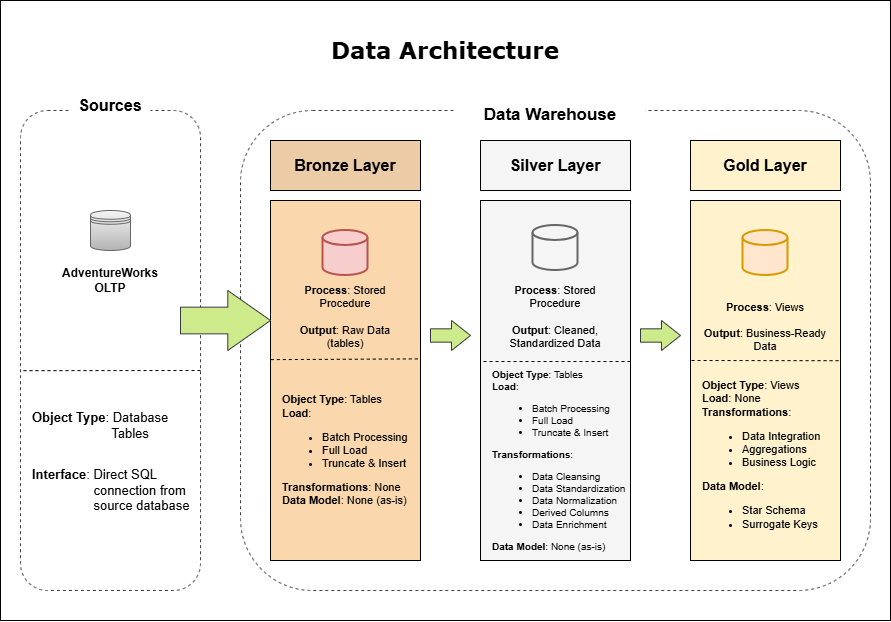
This is docs/data_architecture.png from MarcianoSalazar/sql-data-warehouse-adventureworks, a draw.io export, as it was before one commit. Source tidied: cells renumbered, new cells last; positions are measured from the earlier drawing's top-left corner, leaving out a move shared by most shapes.
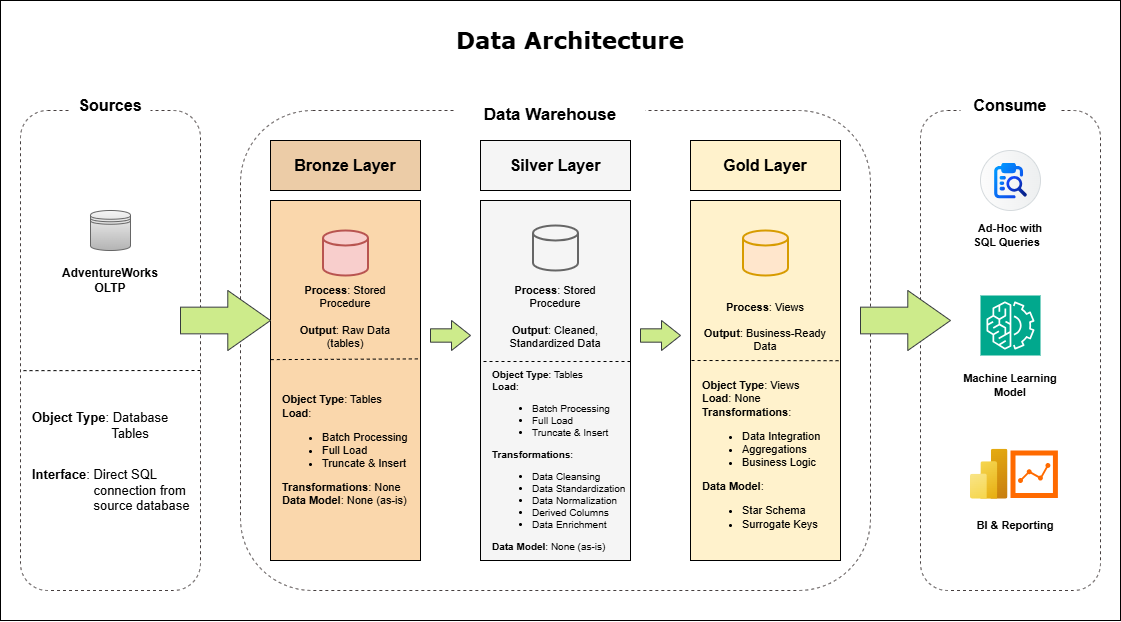
Later version of the same file.

The edit, as a diff of the source:
```diff
@@ -3,7 +3,7 @@
     <mxCell id="0" />
     <mxCell id="1" parent="0" />
     <mxCell id="2" style="rounded=0;whiteSpace=wrap;html=1;" parent="1" vertex="1">
-      <mxGeometry width="890" height="620" as="geometry" />
+      <mxGeometry width="1120" height="620" as="geometry" />
     </mxCell>
     <mxCell id="3" style="rounded=1;whiteSpace=wrap;html=1;dashed=1;strokeWidth=1;strokeColor=light-dark(#463f3f, #EDEDED);" parent="1" vertex="1">
       <mxGeometry x="20" y="110" width="180" height="480" as="geometry" />
@@ -12,7 +12,7 @@
       <mxGeometry x="240" y="110" width="630" height="480" as="geometry" />
     </mxCell>
     <mxCell id="5" value="Data Architecture" style="text;html=1;whiteSpace=wrap;strokeColor=none;fillColor=none;align=center;verticalAlign=middle;rounded=0;fontSize=23;fontStyle=1;fontFamily=Verdana;" parent="1" vertex="1">
-      <mxGeometry x="285" y="30" width="320" height="40" as="geometry" />
+      <mxGeometry x="410" y="20" width="320" height="40" as="geometry" />
     </mxCell>
     <mxCell id="6" value="Sources" style="rounded=0;whiteSpace=wrap;html=1;fontStyle=1;fontSize=16;strokeColor=none;" parent="1" vertex="1">
       <mxGeometry x="70" y="90" width="80" height="30" as="geometry" />
@@ -106,5 +106,35 @@
     <mxCell id="33" style="strokeWidth=2;html=1;shape=mxgraph.flowchart.database;whiteSpace=wrap;fillColor=#ffe6cc;strokeColor=#d79b00;" parent="1" vertex="1">
       <mxGeometry x="742.5" y="230" width="45" height="45" as="geometry" />
     </mxCell>
+    <mxCell id="34" style="rounded=1;whiteSpace=wrap;html=1;dashed=1;strokeWidth=1;strokeColor=light-dark(#463f3f, #EDEDED);" parent="1" vertex="1">
+      <mxGeometry x="920" y="110" width="180" height="480" as="geometry" />
+    </mxCell>
+    <mxCell id="35" style="shape=singleArrow;whiteSpace=wrap;html=1;arrowWidth=0.4447061695772004;arrowSize=0.4745094847834957;fillColor=#cdeb8b;strokeColor=#36393d;" parent="1" vertex="1">
+      <mxGeometry x="860" y="290" width="90" height="60" as="geometry" />
+    </mxCell>
+    <mxCell id="36" style="shape=mxgraph.sap.icon;labelPosition=center;verticalLabelPosition=bottom;align=center;verticalAlign=top;strokeWidth=1;strokeColor=#D5DADD;fillColor=#EDEFF0;gradientColor=#FCFCFC;gradientDirection=west;SAPIcon=SAP_Audit_Log_Service;" parent="1" vertex="1">
+      <mxGeometry x="980" y="150" width="60" height="60" as="geometry" />
+    </mxCell>
+    <mxCell id="37" value="Ad-Hoc with&lt;div&gt;SQL Queries&lt;span style=&quot;white-space: pre;&quot;&gt;&#9;&lt;/span&gt;&lt;/div&gt;" style="rounded=0;whiteSpace=wrap;html=1;fillColor=none;strokeColor=none;fontSize=11;fontStyle=1;" parent="1" vertex="1">
+      <mxGeometry x="945" y="200" width="130" height="70" as="geometry" />
+    </mxCell>
+    <mxCell id="38" style="sketch=0;fontColor=#232F3E;fillColor=#01A88D;strokeColor=#ffffff;dashed=0;verticalLabelPosition=bottom;verticalAlign=top;align=center;html=1;fontSize=12;fontStyle=0;shape=mxgraph.aws4.resourceIcon;resIcon=mxgraph.aws4.machine_learning;" parent="1" vertex="1">
+      <mxGeometry x="980" y="295" width="60" height="60" as="geometry" />
+    </mxCell>
+    <mxCell id="39" value="Machine Learning&lt;div&gt;Model&lt;/div&gt;" style="rounded=0;whiteSpace=wrap;html=1;fillColor=none;strokeColor=none;fontSize=11;fontStyle=1;" parent="1" vertex="1">
+      <mxGeometry x="945" y="350" width="130" height="70" as="geometry" />
+    </mxCell>
+    <mxCell id="40" style="image;html=1;align=center;fontSize=12;image=img/lib/azure2/analytics/Power_BI_Embedded.svg;" parent="1" vertex="1">
+      <mxGeometry x="970" y="448.7" width="37.5" height="50" as="geometry" />
+    </mxCell>
+    <mxCell id="41" style="html=1;align=center;shadow=0;dashed=0;fillColor=#FF6A00;strokeColor=none;shape=mxgraph.alibaba_cloud.nlp-sa_sentiment_analysis;" parent="1" vertex="1">
+      <mxGeometry x="1010" y="450" width="47.4" height="47.4" as="geometry" />
+    </mxCell>
+    <mxCell id="42" value="BI &amp;amp; Reporting" style="rounded=0;whiteSpace=wrap;html=1;fillColor=none;strokeColor=none;fontSize=11;fontStyle=1;" parent="1" vertex="1">
+      <mxGeometry x="950" y="490" width="130" height="70" as="geometry" />
+    </mxCell>
+    <mxCell id="43" value="Consume" style="rounded=0;whiteSpace=wrap;html=1;fontStyle=1;fontSize=16;strokeColor=none;" parent="1" vertex="1">
+      <mxGeometry x="960" y="90" width="100" height="30" as="geometry" />
+    </mxCell>
   </root>
 </mxGraphModel>
```
